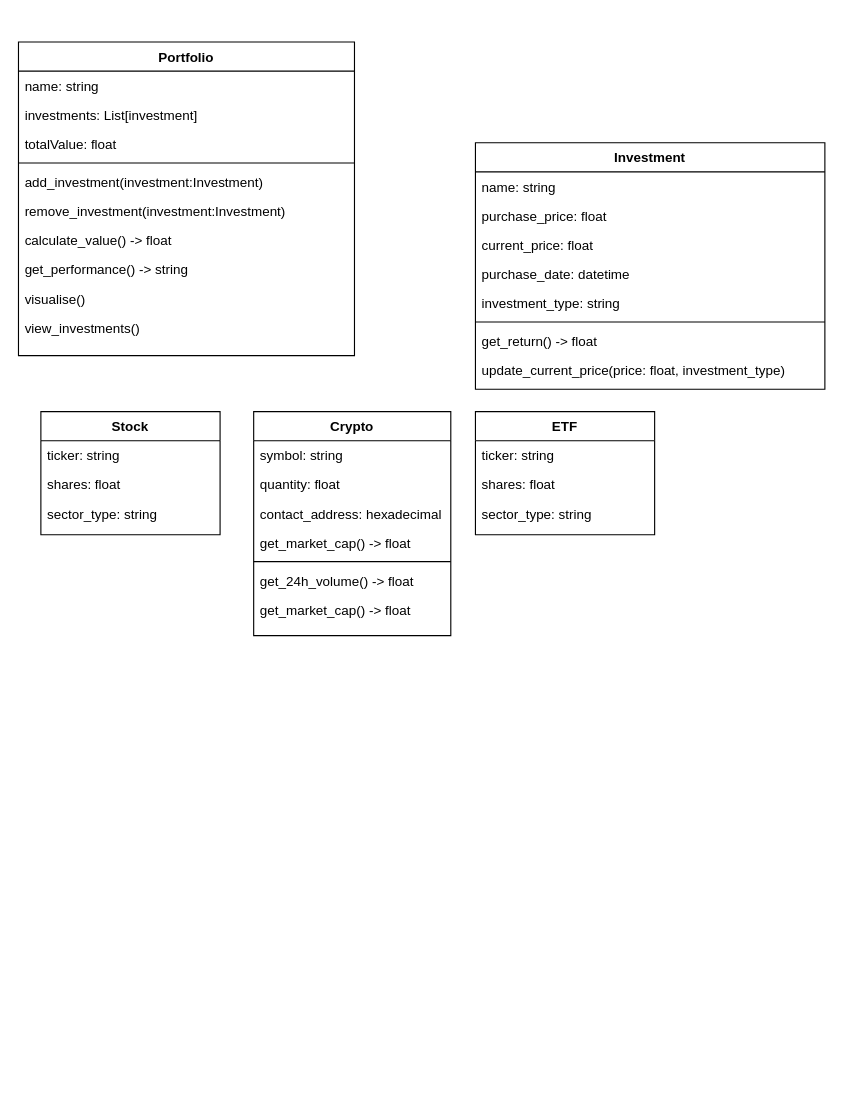
Above: Untitled Diagram.drawio in AyoubGutin/Investment-Portfolio-Tracker (draw.io), before the change. Source tidied: cells renumbered, new cells numbered last; positions are measured from the earlier drawing's top-left corner, leaving out a move shared by most shapes. Both pictures are drawn from the tidied source at 112%, with x=0, y=0 at pixel (18, 41).
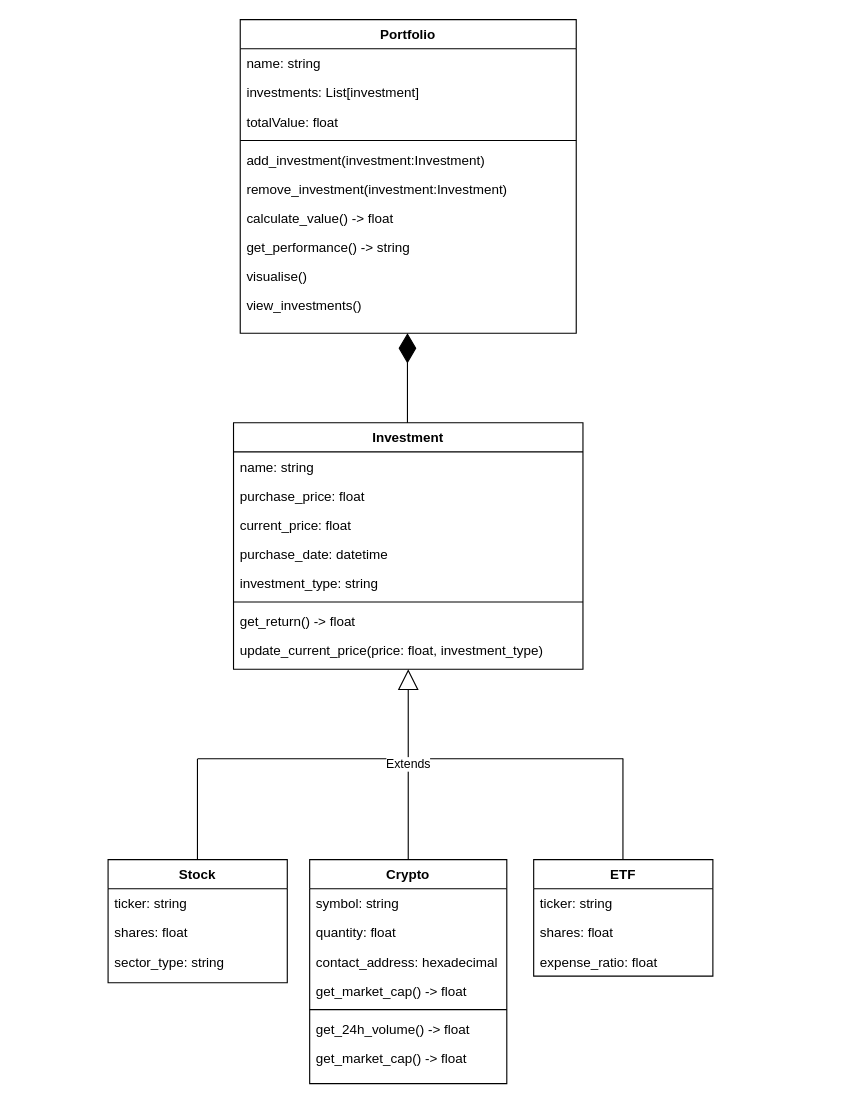
The same page after the edit.

Diff of the diagram source:
```diff
@@
     <mxCell id="2" value="Portfolio" style="swimlane;fontStyle=1;align=center;verticalAlign=top;horizontal=1;startSize=26;rounded=0;shadow=0;strokeWidth=1;" parent="1" vertex="1">
-      <mxGeometry width="300" height="280" as="geometry" />
+      <mxGeometry x="198" y="-20" width="300" height="280" as="geometry" />
     </mxCell>
@@
     <mxCell id="13" value="Stock" style="swimlane;fontStyle=1;align=center;verticalAlign=top;horizontal=1;startSize=26;rounded=0;shadow=0;strokeWidth=1;" parent="1" vertex="1">
-      <mxGeometry x="20" y="330" width="160" height="110" as="geometry" />
+      <mxGeometry x="80" y="730" width="160" height="110" as="geometry" />
     </mxCell>
@@
     <mxCell id="17" value="Crypto" style="swimlane;fontStyle=1;align=center;verticalAlign=top;horizontal=1;startSize=26;rounded=0;shadow=0;strokeWidth=1;" parent="1" vertex="1">
-      <mxGeometry x="210" y="330" width="176" height="200" as="geometry" />
+      <mxGeometry x="260" y="730" width="176" height="200" as="geometry" />
     </mxCell>
@@
     <mxCell id="25" value="Investment" style="swimlane;fontStyle=1;align=center;verticalAlign=top;horizontal=1;startSize=26;rounded=0;shadow=0;strokeWidth=1;" parent="1" vertex="1">
-      <mxGeometry x="408" y="90" width="312" height="220" as="geometry" />
+      <mxGeometry x="192" y="340" width="312" height="220" as="geometry" />
     </mxCell>
@@
     <mxCell id="34" value="ETF" style="swimlane;fontStyle=1;align=center;verticalAlign=top;horizontal=1;startSize=26;rounded=0;shadow=0;strokeWidth=1;" parent="1" vertex="1">
-      <mxGeometry x="408" y="330" width="160" height="110" as="geometry" />
+      <mxGeometry x="460" y="730" width="160" height="104" as="geometry" />
     </mxCell>
@@
-    <mxCell id="37" value="sector_type: string" style="text;align=left;verticalAlign=top;spacingLeft=4;spacingRight=4;overflow=hidden;rounded=0;shadow=0;html=0;" parent="34" vertex="1">
+    <mxCell id="37" value="expense_ratio: float" style="text;align=left;verticalAlign=top;spacingLeft=4;spacingRight=4;overflow=hidden;rounded=0;shadow=0;html=0;" parent="34" vertex="1">
       <mxGeometry y="78" width="160" height="26" as="geometry" />
     </mxCell>
+    <mxCell id="38" style="endArrow=none;html=1;rounded=0;" parent="1" edge="1">
+      <mxGeometry relative="1" as="geometry">
+        <mxPoint x="159.8" y="730" as="sourcePoint" />
+        <mxPoint x="159.8" y="640" as="targetPoint" />
+      </mxGeometry>
+    </mxCell>
+    <mxCell id="39" style="endArrow=none;html=1;rounded=0;" parent="1" edge="1">
+      <mxGeometry relative="1" as="geometry">
+        <mxPoint x="539.7" y="730" as="sourcePoint" />
+        <mxPoint x="539.7" y="640" as="targetPoint" />
+      </mxGeometry>
+    </mxCell>
+    <mxCell id="40" style="endArrow=none;html=1;rounded=0;" parent="1" edge="1">
+      <mxGeometry relative="1" as="geometry">
+        <mxPoint x="160" y="640" as="sourcePoint" />
+        <mxPoint x="540" y="640" as="targetPoint" />
+      </mxGeometry>
+    </mxCell>
+    <mxCell id="41" value="Extends" style="endArrow=block;endSize=16;endFill=0;html=1;rounded=0;exitX=0.5;exitY=0;exitDx=0;exitDy=0;" parent="1" edge="1" source="17">
+      <mxGeometry relative="1" as="geometry">
+        <mxPoint x="348" y="560" as="targetPoint" />
+      </mxGeometry>
+    </mxCell>
+    <mxCell id="42" style="endArrow=diamondThin;endFill=1;endSize=24;html=1;rounded=0;" parent="1" edge="1">
+      <mxGeometry relative="1" as="geometry">
+        <mxPoint x="347.3" y="340" as="sourcePoint" />
+        <mxPoint x="347.3" y="260" as="targetPoint" />
+      </mxGeometry>
+    </mxCell>
```
